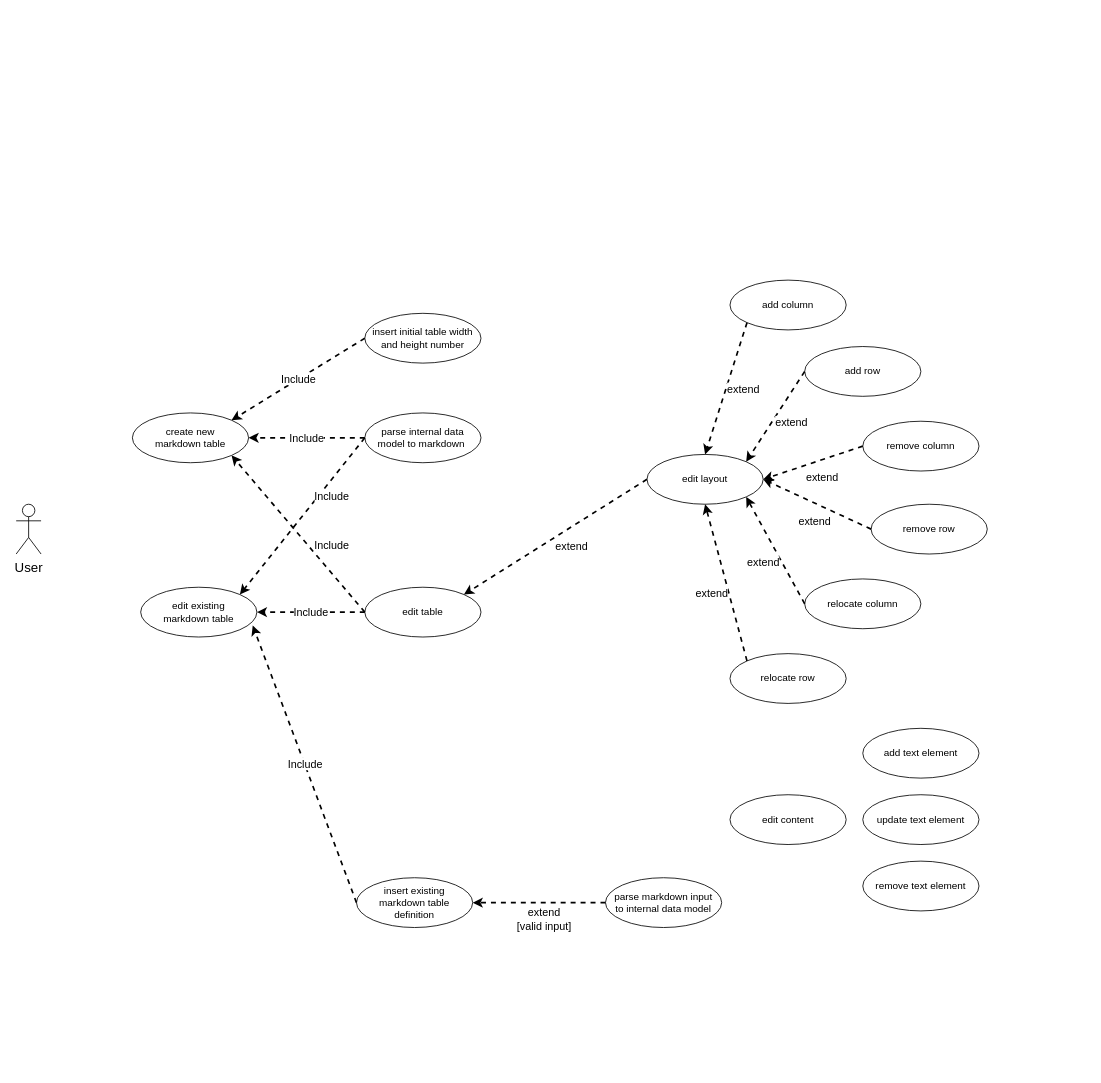
Before: documentation/use-case-diagram/use-case-diagram.drawio in lcov29/markdown-table-generator, a draw.io diagram. Source tidied: cells renumbered, new cells numbered last; positions are measured from the earlier drawing's top-left corner, leaving out a move shared by most shapes. Both pictures are drawn from the tidied source at 83%, with x=0, y=0 at pixel (16, 280).
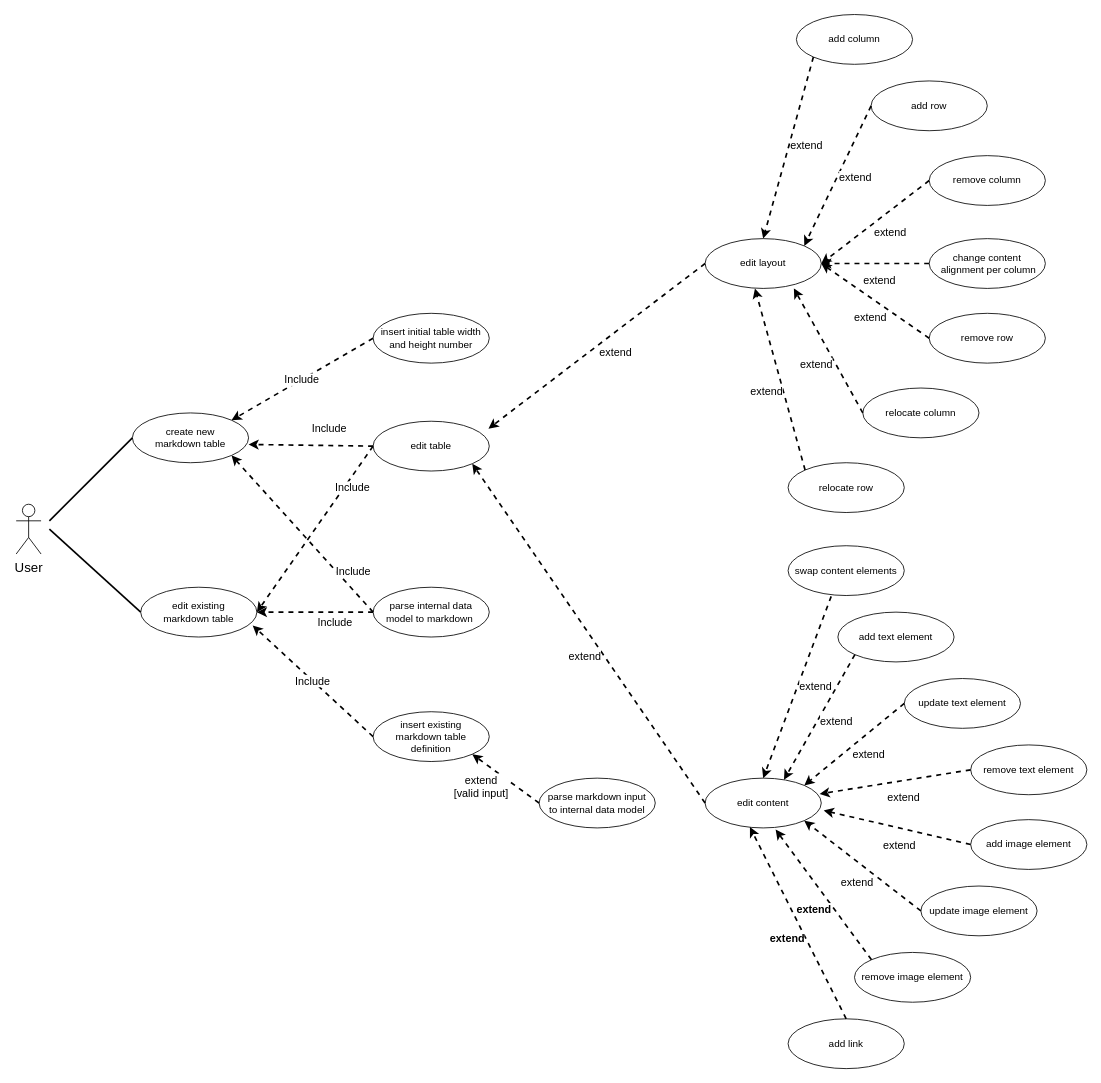
The same page after the edit.

The change refers to these unchanged cells:
```xml
<mxCell id="4" value="create new&lt;br&gt;markdown table" style="ellipse;whiteSpace=wrap;html=1;" parent="1" vertex="1">
  <mxGeometry x="140" y="160" width="140" height="60" as="geometry" />
</mxCell>
<mxCell id="5" value="edit existing&lt;br&gt;markdown table" style="ellipse;whiteSpace=wrap;html=1;" parent="1" vertex="1">
  <mxGeometry x="150" y="370" width="140" height="60" as="geometry" />
</mxCell>
```

Change to the diagram source:
```diff
@@
-    <mxCell id="2" value="&lt;font style=&quot;font-size: 16px&quot;&gt;User&lt;/font&gt;" style="shape=umlActor;verticalLabelPosition=bottom;verticalAlign=top;html=1;" parent="1" vertex="1">
+    <mxCell id="2" value="&lt;font style=&quot;font-size: 16px;&quot;&gt;User&lt;/font&gt;" style="shape=umlActor;verticalLabelPosition=bottom;verticalAlign=top;html=1;fontSize=16;" parent="1" vertex="1">
       <mxGeometry y="270" width="30" height="60" as="geometry" />
     </mxCell>
     <mxCell id="3" value="insert initial table width and height number" style="ellipse;whiteSpace=wrap;html=1;" parent="1" vertex="1">
-      <mxGeometry x="420" y="40" width="140" height="60" as="geometry" />
+      <mxGeometry x="430" y="40" width="140" height="60" as="geometry" />
     </mxCell>
@@
     <mxCell id="6" value="insert existing&lt;br&gt;markdown table&lt;br&gt;definition" style="ellipse;whiteSpace=wrap;html=1;" parent="1" vertex="1">
-      <mxGeometry x="410" y="720" width="140" height="60" as="geometry" />
+      <mxGeometry x="430" y="520" width="140" height="60" as="geometry" />
     </mxCell>
@@
     <mxCell id="8" value="parse markdown input&lt;br&gt;to internal data model" style="ellipse;whiteSpace=wrap;html=1;" parent="1" vertex="1">
-      <mxGeometry x="710" y="720" width="140" height="60" as="geometry" />
+      <mxGeometry x="630" y="600" width="140" height="60" as="geometry" />
     </mxCell>
-    <mxCell id="9" value="extend&lt;br&gt;[valid input]" style="endArrow=classic;html=1;strokeWidth=2;dashed=1;fontSize=13;exitX=0;exitY=0.5;exitDx=0;exitDy=0;entryX=1;entryY=0.5;entryDx=0;entryDy=0;" parent="1" edge="1" source="8" target="6">
-      <mxGeometry x="-0.08" y="20" relative="1" as="geometry" />
+    <mxCell id="9" value="extend&lt;br&gt;[valid input]" style="endArrow=classic;html=1;strokeWidth=2;dashed=1;fontSize=13;exitX=0;exitY=0.5;exitDx=0;exitDy=0;entryX=1;entryY=1;entryDx=0;entryDy=0;" parent="1" edge="1" source="8" target="6">
+      <mxGeometry x="0.37" y="25" relative="1" as="geometry" />
     </mxCell>
     <mxCell id="10" value="parse internal data &lt;br&gt;model to markdown&amp;nbsp;" style="ellipse;whiteSpace=wrap;html=1;" parent="1" vertex="1">
-      <mxGeometry x="420" y="160" width="140" height="60" as="geometry" />
+      <mxGeometry x="430" y="370" width="140" height="60" as="geometry" />
     </mxCell>
-    <mxCell id="11" value="Include" style="endArrow=classic;html=1;strokeWidth=2;dashed=1;fontSize=13;entryX=1;entryY=0;entryDx=0;entryDy=0;exitX=0;exitY=0.5;exitDx=0;exitDy=0;" parent="1" edge="1" source="10" target="5">
+    <mxCell id="11" value="Include" style="endArrow=classic;html=1;strokeWidth=2;dashed=1;fontSize=13;entryX=1;entryY=0.5;entryDx=0;entryDy=0;exitX=0;exitY=0.5;exitDx=0;exitDy=0;" parent="1" edge="1" source="10" target="5">
       <mxGeometry x="-0.34" y="12" relative="1" as="geometry" />
     </mxCell>
-    <mxCell id="12" value="Include" style="endArrow=classic;html=1;strokeWidth=2;dashed=1;fontSize=13;entryX=1;entryY=0.5;entryDx=0;entryDy=0;exitX=0;exitY=0.5;exitDx=0;exitDy=0;" parent="1" edge="1" source="10" target="4">
-      <mxGeometry relative="1" as="geometry" />
+    <mxCell id="12" value="Include" style="endArrow=classic;html=1;strokeWidth=2;dashed=1;fontSize=13;entryX=1;entryY=1;entryDx=0;entryDy=0;exitX=0;exitY=0.5;exitDx=0;exitDy=0;" parent="1" edge="1" source="10" target="4">
+      <mxGeometry x="-0.58" y="-14" relative="1" as="geometry">
+        <mxPoint x="1" as="offset" />
+      </mxGeometry>
     </mxCell>
     <mxCell id="13" value="edit table" style="ellipse;whiteSpace=wrap;html=1;" parent="1" vertex="1">
-      <mxGeometry x="420" y="370" width="140" height="60" as="geometry" />
+      <mxGeometry x="430" y="170" width="140" height="60" as="geometry" />
     </mxCell>
     <mxCell id="14" value="Include" style="endArrow=classic;html=1;strokeWidth=2;dashed=1;fontSize=13;exitX=0;exitY=0.5;exitDx=0;exitDy=0;entryX=1;entryY=0.5;entryDx=0;entryDy=0;" parent="1" edge="1" source="13" target="5">
-      <mxGeometry relative="1" as="geometry" />
+      <mxGeometry x="-0.55" y="8" relative="1" as="geometry" />
     </mxCell>
-    <mxCell id="15" value="Include" style="endArrow=classic;html=1;strokeWidth=2;dashed=1;fontSize=13;exitX=0;exitY=0.5;exitDx=0;exitDy=0;entryX=1;entryY=1;entryDx=0;entryDy=0;" parent="1" edge="1" source="13" target="4">
+    <mxCell id="15" value="Include" style="endArrow=classic;html=1;strokeWidth=2;dashed=1;fontSize=13;exitX=0;exitY=0.5;exitDx=0;exitDy=0;entryX=1;entryY=0.633;entryDx=0;entryDy=0;entryPerimeter=0;" parent="1" edge="1" source="13" target="4">
       <mxGeometry x="-0.3" y="-21" relative="1" as="geometry" />
     </mxCell>
@@
     <mxCell id="17" value="edit layout" style="ellipse;whiteSpace=wrap;html=1;" parent="1" vertex="1">
-      <mxGeometry x="760" y="210" width="140" height="60" as="geometry" />
+      <mxGeometry x="830" y="-50" width="140" height="60" as="geometry" />
     </mxCell>
     <mxCell id="18" value="edit content" style="ellipse;whiteSpace=wrap;html=1;" parent="1" vertex="1">
-      <mxGeometry x="860" y="620" width="140" height="60" as="geometry" />
+      <mxGeometry x="830" y="600" width="140" height="60" as="geometry" />
     </mxCell>
     <mxCell id="19" value="add column" style="ellipse;whiteSpace=wrap;html=1;" parent="1" vertex="1">
-      <mxGeometry x="860" width="140" height="60" as="geometry" />
+      <mxGeometry x="940" y="-320" width="140" height="60" as="geometry" />
     </mxCell>
     <mxCell id="20" value="add row" style="ellipse;whiteSpace=wrap;html=1;" parent="1" vertex="1">
-      <mxGeometry x="950" y="80" width="140" height="60" as="geometry" />
+      <mxGeometry x="1030" y="-240" width="140" height="60" as="geometry" />
     </mxCell>
     <mxCell id="21" value="remove column" style="ellipse;whiteSpace=wrap;html=1;" parent="1" vertex="1">
-      <mxGeometry x="1020" y="170" width="140" height="60" as="geometry" />
+      <mxGeometry x="1100" y="-150" width="140" height="60" as="geometry" />
     </mxCell>
     <mxCell id="22" value="remove row" style="ellipse;whiteSpace=wrap;html=1;" parent="1" vertex="1">
-      <mxGeometry x="1030" y="270" width="140" height="60" as="geometry" />
+      <mxGeometry x="1100" y="40" width="140" height="60" as="geometry" />
     </mxCell>
     <mxCell id="23" value="relocate row" style="ellipse;whiteSpace=wrap;html=1;" parent="1" vertex="1">
-      <mxGeometry x="860" y="450" width="140" height="60" as="geometry" />
+      <mxGeometry x="930" y="220" width="140" height="60" as="geometry" />
     </mxCell>
     <mxCell id="24" value="relocate column" style="ellipse;whiteSpace=wrap;html=1;" parent="1" vertex="1">
-      <mxGeometry x="950" y="360" width="140" height="60" as="geometry" />
+      <mxGeometry x="1020" y="130" width="140" height="60" as="geometry" />
     </mxCell>
@@
-    <mxCell id="29" value="extend" style="endArrow=classic;html=1;strokeWidth=2;dashed=1;fontSize=13;exitX=0;exitY=0.5;exitDx=0;exitDy=0;entryX=1;entryY=1;entryDx=0;entryDy=0;" parent="1" edge="1" source="24" target="17">
+    <mxCell id="29" value="extend" style="endArrow=classic;html=1;strokeWidth=2;dashed=1;fontSize=13;exitX=0;exitY=0.5;exitDx=0;exitDy=0;entryX=0.764;entryY=1;entryDx=0;entryDy=0;entryPerimeter=0;" parent="1" edge="1" source="24" target="17">
       <mxGeometry x="-0.08" y="20" relative="1" as="geometry" />
     </mxCell>
-    <mxCell id="30" value="extend" style="endArrow=classic;html=1;strokeWidth=2;dashed=1;fontSize=13;exitX=0;exitY=0;exitDx=0;exitDy=0;entryX=0.5;entryY=1;entryDx=0;entryDy=0;" parent="1" edge="1" source="23" target="17">
+    <mxCell id="30" value="extend" style="endArrow=classic;html=1;strokeWidth=2;dashed=1;fontSize=13;exitX=0;exitY=0;exitDx=0;exitDy=0;entryX=0.429;entryY=1;entryDx=0;entryDy=0;entryPerimeter=0;" parent="1" edge="1" source="23" target="17">
       <mxGeometry x="-0.08" y="20" relative="1" as="geometry" />
     </mxCell>
-    <mxCell id="31" value="extend" style="endArrow=classic;html=1;strokeWidth=2;dashed=1;fontSize=13;exitX=0;exitY=0.5;exitDx=0;exitDy=0;entryX=1;entryY=0;entryDx=0;entryDy=0;" parent="1" edge="1" source="17" target="13">
-      <mxGeometry x="-0.08" y="20" relative="1" as="geometry" />
+    <mxCell id="31" value="extend" style="endArrow=classic;html=1;strokeWidth=2;dashed=1;fontSize=13;exitX=0;exitY=0.5;exitDx=0;exitDy=0;" parent="1" edge="1" source="17">
+      <mxGeometry x="-0.08" y="20" relative="1" as="geometry">
+        <mxPoint x="569" y="179" as="targetPoint" />
+      </mxGeometry>
     </mxCell>
     <mxCell id="32" value="add text element" style="ellipse;whiteSpace=wrap;html=1;" parent="1" vertex="1">
-      <mxGeometry x="1020" y="540" width="140" height="60" as="geometry" />
+      <mxGeometry x="990" y="400" width="140" height="60" as="geometry" />
     </mxCell>
     <mxCell id="33" value="update text element" style="ellipse;whiteSpace=wrap;html=1;" parent="1" vertex="1">
-      <mxGeometry x="1020" y="620" width="140" height="60" as="geometry" />
+      <mxGeometry x="1070" y="480" width="140" height="60" as="geometry" />
     </mxCell>
     <mxCell id="34" value="remove text element" style="ellipse;whiteSpace=wrap;html=1;" parent="1" vertex="1">
-      <mxGeometry x="1020" y="700" width="140" height="60" as="geometry" />
+      <mxGeometry x="1150" y="560" width="140" height="60" as="geometry" />
     </mxCell>
+    <mxCell id="35" value="add image element" style="ellipse;whiteSpace=wrap;html=1;" parent="1" vertex="1">
+      <mxGeometry x="1150" y="650" width="140" height="60" as="geometry" />
+    </mxCell>
+    <mxCell id="36" value="update image element" style="ellipse;whiteSpace=wrap;html=1;" parent="1" vertex="1">
+      <mxGeometry x="1090" y="730" width="140" height="60" as="geometry" />
+    </mxCell>
+    <mxCell id="37" value="remove image element" style="ellipse;whiteSpace=wrap;html=1;" parent="1" vertex="1">
+      <mxGeometry x="1010" y="810" width="140" height="60" as="geometry" />
+    </mxCell>
+    <mxCell id="38" value="swap content elements" style="ellipse;whiteSpace=wrap;html=1;" parent="1" vertex="1">
+      <mxGeometry x="930" y="320" width="140" height="60" as="geometry" />
+    </mxCell>
+    <mxCell id="39" value="change content&lt;br&gt;&amp;nbsp;alignment per column" style="ellipse;whiteSpace=wrap;html=1;" parent="1" vertex="1">
+      <mxGeometry x="1100" y="-50" width="140" height="60" as="geometry" />
+    </mxCell>
+    <mxCell id="40" value="extend" style="endArrow=classic;html=1;strokeWidth=2;dashed=1;fontSize=13;exitX=0;exitY=0.5;exitDx=0;exitDy=0;" parent="1" edge="1" source="39">
+      <mxGeometry x="-0.08" y="20" relative="1" as="geometry">
+        <mxPoint x="970" y="-20" as="targetPoint" />
+      </mxGeometry>
+    </mxCell>
+    <mxCell id="41" value="add link" style="ellipse;whiteSpace=wrap;html=1;" parent="1" vertex="1">
+      <mxGeometry x="930" y="890" width="140" height="60" as="geometry" />
+    </mxCell>
+    <mxCell id="42" value="extend" style="endArrow=classic;html=1;strokeWidth=2;dashed=1;fontSize=13;exitX=0.371;exitY=1.017;exitDx=0;exitDy=0;entryX=0.5;entryY=0;entryDx=0;entryDy=0;exitPerimeter=0;" parent="1" edge="1" source="38" target="18">
+      <mxGeometry x="-0.08" y="20" relative="1" as="geometry" />
+    </mxCell>
+    <mxCell id="43" value="extend" style="endArrow=classic;html=1;strokeWidth=2;dashed=1;fontSize=13;exitX=0;exitY=1;exitDx=0;exitDy=0;entryX=0.679;entryY=0.033;entryDx=0;entryDy=0;entryPerimeter=0;" parent="1" edge="1" source="32" target="18">
+      <mxGeometry x="-0.08" y="20" relative="1" as="geometry" />
+    </mxCell>
+    <mxCell id="44" value="extend" style="endArrow=classic;html=1;strokeWidth=2;dashed=1;fontSize=13;exitX=0;exitY=0.5;exitDx=0;exitDy=0;entryX=1;entryY=0;entryDx=0;entryDy=0;" parent="1" edge="1" source="33" target="18">
+      <mxGeometry x="-0.08" y="20" relative="1" as="geometry" />
+    </mxCell>
+    <mxCell id="45" value="extend" style="endArrow=classic;html=1;strokeWidth=2;dashed=1;fontSize=13;exitX=0;exitY=0.5;exitDx=0;exitDy=0;entryX=0.986;entryY=0.317;entryDx=0;entryDy=0;entryPerimeter=0;" parent="1" edge="1" source="34" target="18">
+      <mxGeometry x="-0.08" y="20" relative="1" as="geometry" />
+    </mxCell>
+    <mxCell id="46" value="extend" style="endArrow=classic;html=1;strokeWidth=2;dashed=1;fontSize=13;exitX=0;exitY=0.5;exitDx=0;exitDy=0;entryX=1.021;entryY=0.65;entryDx=0;entryDy=0;entryPerimeter=0;" parent="1" edge="1" source="35" target="18">
+      <mxGeometry x="-0.08" y="20" relative="1" as="geometry" />
+    </mxCell>
+    <mxCell id="47" value="extend" style="endArrow=classic;html=1;strokeWidth=2;dashed=1;fontSize=13;exitX=0;exitY=0.5;exitDx=0;exitDy=0;entryX=1;entryY=1;entryDx=0;entryDy=0;" parent="1" edge="1" source="36" target="18">
+      <mxGeometry x="-0.08" y="20" relative="1" as="geometry" />
+    </mxCell>
+    <mxCell id="48" value="extend" style="endArrow=classic;html=1;strokeWidth=2;dashed=1;fontSize=13;exitX=0;exitY=0;exitDx=0;exitDy=0;entryX=0.607;entryY=1.033;entryDx=0;entryDy=0;entryPerimeter=0;fontStyle=1;" parent="1" edge="1" source="37" target="18">
+      <mxGeometry x="-0.08" y="20" relative="1" as="geometry" />
+    </mxCell>
+    <mxCell id="49" value="extend" style="endArrow=classic;html=1;strokeWidth=2;dashed=1;fontSize=13;exitX=0.5;exitY=0;exitDx=0;exitDy=0;entryX=0.386;entryY=0.983;entryDx=0;entryDy=0;entryPerimeter=0;fontStyle=1;" parent="1" edge="1" source="41" target="18">
+      <mxGeometry x="-0.08" y="20" relative="1" as="geometry" />
+    </mxCell>
+    <mxCell id="50" value="extend" style="endArrow=classic;html=1;strokeWidth=2;dashed=1;fontSize=13;exitX=0;exitY=0.5;exitDx=0;exitDy=0;entryX=1;entryY=1;entryDx=0;entryDy=0;" parent="1" edge="1" source="18" target="13">
+      <mxGeometry x="-0.08" y="20" relative="1" as="geometry" />
+    </mxCell>
+    <mxCell id="51" style="endArrow=none;html=1;fontSize=13;strokeWidth=2;entryX=0;entryY=0.5;entryDx=0;entryDy=0;" parent="1" edge="1" target="4">
+      <mxGeometry relative="1" as="geometry">
+        <mxPoint x="40" y="290" as="sourcePoint" />
+      </mxGeometry>
+    </mxCell>
+    <mxCell id="52" style="endArrow=none;html=1;fontSize=13;strokeWidth=2;entryX=0;entryY=0.5;entryDx=0;entryDy=0;" parent="1" edge="1" target="5">
+      <mxGeometry relative="1" as="geometry">
+        <mxPoint x="40" y="300" as="sourcePoint" />
+      </mxGeometry>
+    </mxCell>
```
